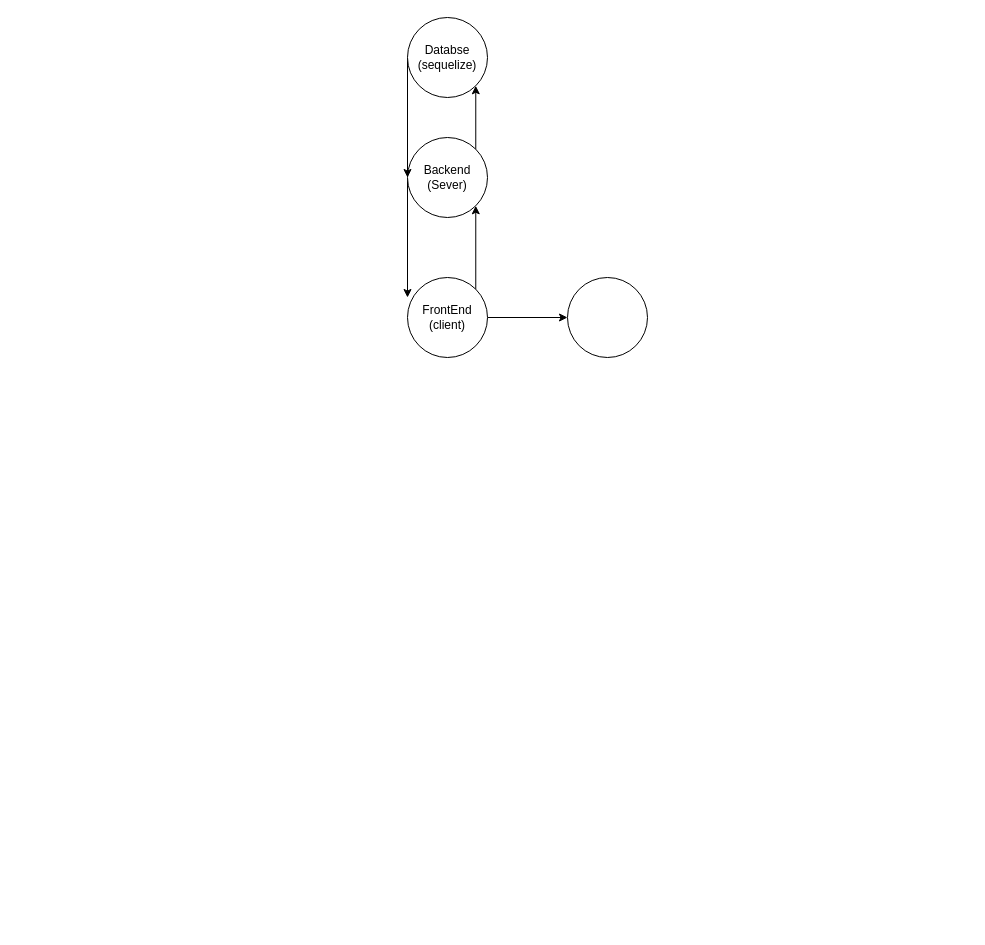
VonIsaac/Upgraded-Ecomerce--App keeps this draw.io diagram as flowchart.drawio. Above is the earlier version. Source tidied: cells renumbered, new cells numbered last; positions are measured from the earlier drawing's top-left corner, leaving out a move shared by most shapes. Both pictures are drawn from the tidied source at 100%, with x=0, y=0 at pixel (407, 17).
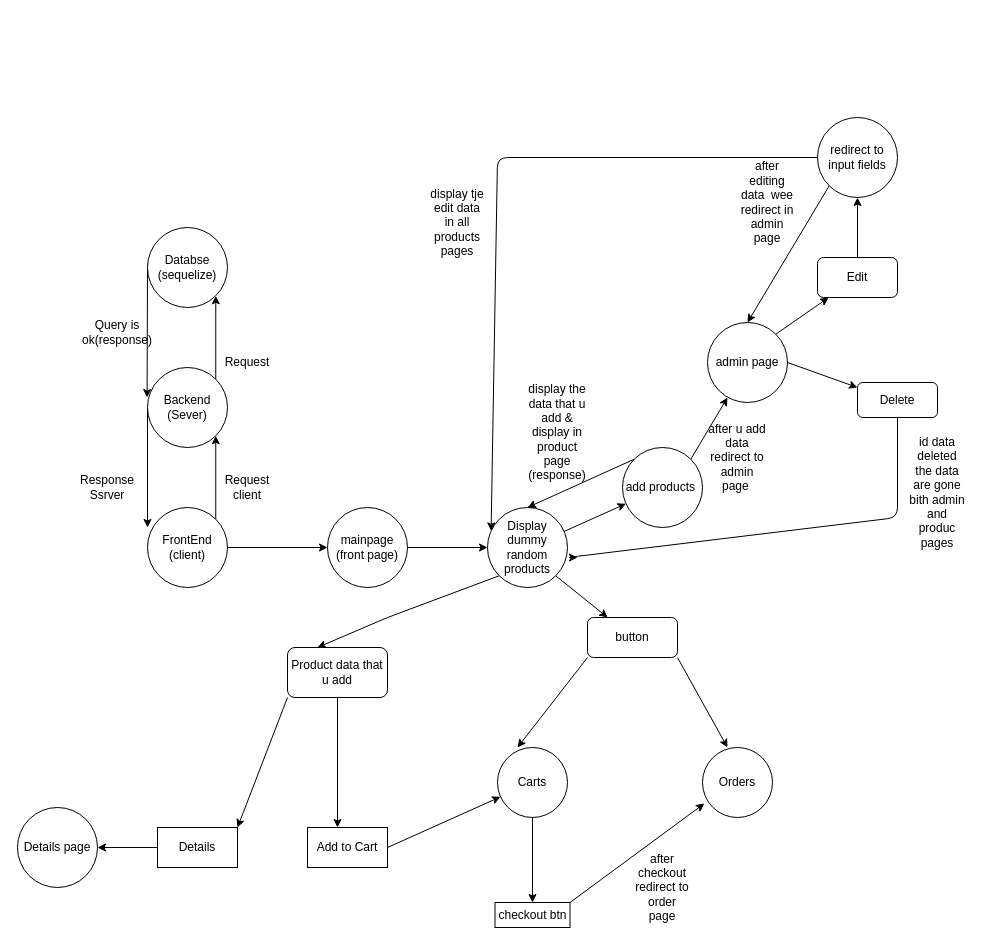
The same page after the edit.

What changed in the source:
```diff
@@
     <mxCell id="4" value="FrontEnd (client)" style="ellipse;whiteSpace=wrap;html=1;" parent="1" vertex="1">
-      <mxGeometry y="260" width="80" height="80" as="geometry" />
+      <mxGeometry x="-260" y="490" width="80" height="80" as="geometry" />
     </mxCell>
@@
     <mxCell id="7" value="Backend&lt;br&gt;(Sever)" style="ellipse;whiteSpace=wrap;html=1;" parent="1" vertex="1">
-      <mxGeometry y="120" width="80" height="80" as="geometry" />
+      <mxGeometry x="-260" y="350" width="80" height="80" as="geometry" />
     </mxCell>
-    <mxCell id="8" style="edgeStyle=none;html=1;exitX=0;exitY=0.5;exitDx=0;exitDy=0;entryX=0;entryY=0.5;entryDx=0;entryDy=0;" parent="1" edge="1" source="9" target="7">
-      <mxGeometry relative="1" as="geometry" />
-    </mxCell>
+    <mxCell id="11" style="edgeStyle=none;html=1;exitX=0;exitY=0.5;exitDx=0;exitDy=0;" parent="1" edge="1" source="9">
+      <mxGeometry relative="1" as="geometry">
+        <mxPoint x="-260.4" y="380" as="targetPoint" />
+      </mxGeometry>
+    </mxCell>
     <mxCell id="9" value="Databse&lt;br&gt;(sequelize)" style="ellipse;whiteSpace=wrap;html=1;" parent="1" vertex="1">
-      <mxGeometry width="80" height="80" as="geometry" />
+      <mxGeometry x="-260" y="210" width="80" height="80" as="geometry" />
     </mxCell>
+    <mxCell id="12" style="edgeStyle=none;html=1;" parent="1" edge="1" source="10" target="16">
+      <mxGeometry relative="1" as="geometry" />
+    </mxCell>
-    <mxCell id="10" style="ellipse;whiteSpace=wrap;html=1;" parent="1" vertex="1">
-      <mxGeometry x="160" y="260" width="80" height="80" as="geometry" />
+    <mxCell id="10" value="mainpage&lt;br&gt;(front page)" style="ellipse;whiteSpace=wrap;html=1;" parent="1" vertex="1">
+      <mxGeometry x="-80" y="490" width="80" height="80" as="geometry" />
     </mxCell>
+    <mxCell id="13" style="edgeStyle=none;html=1;" parent="1" edge="1" source="16" target="19">
+      <mxGeometry relative="1" as="geometry" />
+    </mxCell>
+    <mxCell id="14" style="edgeStyle=none;html=1;exitX=1;exitY=1;exitDx=0;exitDy=0;" parent="1" edge="1" source="16" target="41">
+      <mxGeometry relative="1" as="geometry" />
+    </mxCell>
+    <mxCell id="15" style="edgeStyle=none;html=1;exitX=0;exitY=1;exitDx=0;exitDy=0;" parent="1" edge="1" source="16">
+      <mxGeometry relative="1" as="geometry">
+        <mxPoint x="-90" y="630" as="targetPoint" />
+        <Array as="points">
+          <mxPoint x="-20" y="600" />
+        </Array>
+      </mxGeometry>
+    </mxCell>
+    <mxCell id="16" value="Display dummy random products" style="ellipse;whiteSpace=wrap;html=1;" parent="1" vertex="1">
+      <mxGeometry x="80" y="490" width="80" height="80" as="geometry" />
+    </mxCell>
+    <mxCell id="17" style="edgeStyle=none;html=1;exitX=0;exitY=0;exitDx=0;exitDy=0;entryX=0.5;entryY=0;entryDx=0;entryDy=0;" parent="1" edge="1" source="19" target="16">
+      <mxGeometry relative="1" as="geometry" />
+    </mxCell>
+    <mxCell id="18" style="edgeStyle=none;html=1;exitX=1;exitY=0;exitDx=0;exitDy=0;" parent="1" edge="1" source="19">
+      <mxGeometry relative="1" as="geometry">
+        <mxPoint x="320" y="380" as="targetPoint" />
+      </mxGeometry>
+    </mxCell>
+    <mxCell id="19" value="add products&amp;nbsp;&lt;br&gt;" style="ellipse;whiteSpace=wrap;html=1;" parent="1" vertex="1">
+      <mxGeometry x="215" y="430" width="80" height="80" as="geometry" />
+    </mxCell>
+    <mxCell id="20" value="Request&lt;br&gt;client" style="text;strokeColor=none;align=center;fillColor=none;html=1;verticalAlign=middle;whiteSpace=wrap;rounded=0;" parent="1" vertex="1">
+      <mxGeometry x="-190" y="455" width="60" height="30" as="geometry" />
+    </mxCell>
+    <mxCell id="21" value="Response&lt;br&gt;Ssrver" style="text;strokeColor=none;align=center;fillColor=none;html=1;verticalAlign=middle;whiteSpace=wrap;rounded=0;" parent="1" vertex="1">
+      <mxGeometry x="-330" y="455" width="60" height="30" as="geometry" />
+    </mxCell>
+    <mxCell id="22" value="Request" style="text;strokeColor=none;align=center;fillColor=none;html=1;verticalAlign=middle;whiteSpace=wrap;rounded=0;" parent="1" vertex="1">
+      <mxGeometry x="-190" y="330" width="60" height="30" as="geometry" />
+    </mxCell>
+    <mxCell id="23" value="Query is ok(response)" style="text;strokeColor=none;align=center;fillColor=none;html=1;verticalAlign=middle;whiteSpace=wrap;rounded=0;" parent="1" vertex="1">
+      <mxGeometry x="-320" y="300" width="60" height="30" as="geometry" />
+    </mxCell>
+    <mxCell id="24" value="display the data that u add &amp;amp; display in product page&lt;br&gt;(response)" style="text;strokeColor=none;align=center;fillColor=none;html=1;verticalAlign=middle;whiteSpace=wrap;rounded=0;" parent="1" vertex="1">
+      <mxGeometry x="120" y="400" width="60" height="30" as="geometry" />
+    </mxCell>
+    <mxCell id="25" style="edgeStyle=none;html=1;exitX=1;exitY=0.5;exitDx=0;exitDy=0;" parent="1" edge="1" source="27">
+      <mxGeometry relative="1" as="geometry">
+        <mxPoint x="450" y="370" as="targetPoint" />
+      </mxGeometry>
+    </mxCell>
+    <mxCell id="26" style="edgeStyle=none;html=1;exitX=1;exitY=0;exitDx=0;exitDy=0;" parent="1" edge="1" source="27" target="30">
+      <mxGeometry relative="1" as="geometry" />
+    </mxCell>
+    <mxCell id="27" value="admin page" style="ellipse;whiteSpace=wrap;html=1;" parent="1" vertex="1">
+      <mxGeometry x="300" y="305" width="80" height="80" as="geometry" />
+    </mxCell>
+    <mxCell id="28" value="after u add data redirect to admin page&amp;nbsp;" style="text;strokeColor=none;align=center;fillColor=none;html=1;verticalAlign=middle;whiteSpace=wrap;rounded=0;" parent="1" vertex="1">
+      <mxGeometry x="300" y="425" width="60" height="30" as="geometry" />
+    </mxCell>
+    <mxCell id="29" style="edgeStyle=none;html=1;" parent="1" edge="1" source="30" target="35">
+      <mxGeometry relative="1" as="geometry" />
+    </mxCell>
+    <mxCell id="30" value="Edit" style="rounded=1;whiteSpace=wrap;html=1;" parent="1" vertex="1">
+      <mxGeometry x="410" y="240" width="80" height="40" as="geometry" />
+    </mxCell>
+    <mxCell id="31" style="edgeStyle=none;html=1;exitX=0.5;exitY=1;exitDx=0;exitDy=0;" parent="1" edge="1" source="32">
+      <mxGeometry relative="1" as="geometry">
+        <mxPoint x="170" y="540" as="targetPoint" />
+        <Array as="points">
+          <mxPoint x="490" y="500" />
+          <mxPoint x="160" y="540" />
+        </Array>
+      </mxGeometry>
+    </mxCell>
+    <mxCell id="32" value="Delete" style="rounded=1;whiteSpace=wrap;html=1;" parent="1" vertex="1">
+      <mxGeometry x="450" y="365" width="80" height="35" as="geometry" />
+    </mxCell>
+    <mxCell id="33" style="edgeStyle=none;html=1;exitX=0;exitY=0.5;exitDx=0;exitDy=0;entryX=0.045;entryY=0.292;entryDx=0;entryDy=0;entryPerimeter=0;" parent="1" edge="1" source="35" target="16">
+      <mxGeometry relative="1" as="geometry">
+        <Array as="points">
+          <mxPoint x="90" y="140" />
+        </Array>
+      </mxGeometry>
+    </mxCell>
+    <mxCell id="34" style="edgeStyle=none;html=1;exitX=0;exitY=1;exitDx=0;exitDy=0;entryX=0.5;entryY=0;entryDx=0;entryDy=0;" parent="1" edge="1" source="35" target="27">
+      <mxGeometry relative="1" as="geometry" />
+    </mxCell>
+    <mxCell id="35" value="redirect to input fields" style="ellipse;whiteSpace=wrap;html=1;rounded=1;" parent="1" vertex="1">
+      <mxGeometry x="410" y="100" width="80" height="80" as="geometry" />
+    </mxCell>
+    <mxCell id="36" value="after editing data&amp;nbsp; wee redirect in admin page" style="text;strokeColor=none;align=center;fillColor=none;html=1;verticalAlign=middle;whiteSpace=wrap;rounded=0;" parent="1" vertex="1">
+      <mxGeometry x="330" y="170" width="60" height="30" as="geometry" />
+    </mxCell>
+    <mxCell id="37" value="display tje edit data in all products pages&lt;br&gt;" style="text;strokeColor=none;align=center;fillColor=none;html=1;verticalAlign=middle;whiteSpace=wrap;rounded=0;" parent="1" vertex="1">
+      <mxGeometry x="20" y="190" width="60" height="30" as="geometry" />
+    </mxCell>
+    <mxCell id="38" value="id data deleted the data are gone bith admin and produc pages" style="text;strokeColor=none;align=center;fillColor=none;html=1;verticalAlign=middle;whiteSpace=wrap;rounded=0;" parent="1" vertex="1">
+      <mxGeometry x="500" y="460" width="60" height="30" as="geometry" />
+    </mxCell>
+    <mxCell id="39" style="edgeStyle=none;html=1;exitX=0;exitY=1;exitDx=0;exitDy=0;" parent="1" edge="1" source="41">
+      <mxGeometry relative="1" as="geometry">
+        <mxPoint x="110" y="730" as="targetPoint" />
+      </mxGeometry>
+    </mxCell>
+    <mxCell id="40" style="edgeStyle=none;html=1;exitX=1;exitY=1;exitDx=0;exitDy=0;" parent="1" edge="1" source="41">
+      <mxGeometry relative="1" as="geometry">
+        <mxPoint x="320" y="730" as="targetPoint" />
+      </mxGeometry>
+    </mxCell>
+    <mxCell id="41" value="button" style="rounded=1;whiteSpace=wrap;html=1;" parent="1" vertex="1">
+      <mxGeometry x="180" y="600" width="90" height="40" as="geometry" />
+    </mxCell>
+    <mxCell id="42" value="Orders" style="ellipse;whiteSpace=wrap;html=1;" parent="1" vertex="1">
+      <mxGeometry x="295" y="730" width="70" height="70" as="geometry" />
+    </mxCell>
+    <mxCell id="43" style="edgeStyle=none;html=1;" parent="1" edge="1" source="44" target="54">
+      <mxGeometry relative="1" as="geometry" />
+    </mxCell>
+    <mxCell id="44" value="Carts" style="ellipse;whiteSpace=wrap;html=1;" parent="1" vertex="1">
+      <mxGeometry x="90" y="730" width="70" height="70" as="geometry" />
+    </mxCell>
+    <mxCell id="45" value="Product data that u add" style="rounded=1;whiteSpace=wrap;html=1;" parent="1" vertex="1">
+      <mxGeometry x="-120" y="630" width="100" height="50" as="geometry" />
+    </mxCell>
+    <mxCell id="46" style="edgeStyle=none;html=1;exitX=0;exitY=1;exitDx=0;exitDy=0;entryX=1;entryY=0;entryDx=0;entryDy=0;" parent="1" edge="1" source="45" target="51">
+      <mxGeometry relative="1" as="geometry" />
+    </mxCell>
+    <mxCell id="47" style="edgeStyle=none;html=1;exitX=0.5;exitY=1;exitDx=0;exitDy=0;" parent="1" edge="1" source="45">
+      <mxGeometry relative="1" as="geometry">
+        <mxPoint x="-70" y="810" as="targetPoint" />
+      </mxGeometry>
+    </mxCell>
+    <mxCell id="48" style="edgeStyle=none;html=1;exitX=1;exitY=0.5;exitDx=0;exitDy=0;" parent="1" edge="1" source="49" target="44">
+      <mxGeometry relative="1" as="geometry" />
+    </mxCell>
+    <mxCell id="49" value="Add to Cart" style="rounded=0;whiteSpace=wrap;html=1;" parent="1" vertex="1">
+      <mxGeometry x="-100" y="810" width="80" height="40" as="geometry" />
+    </mxCell>
+    <mxCell id="50" style="edgeStyle=none;html=1;exitX=0;exitY=0.5;exitDx=0;exitDy=0;" parent="1" edge="1" source="51" target="52">
+      <mxGeometry relative="1" as="geometry" />
+    </mxCell>
+    <mxCell id="51" value="Details" style="rounded=0;whiteSpace=wrap;html=1;" parent="1" vertex="1">
+      <mxGeometry x="-250" y="810" width="80" height="40" as="geometry" />
+    </mxCell>
+    <mxCell id="52" value="Details page" style="ellipse;whiteSpace=wrap;html=1;rounded=0;" parent="1" vertex="1">
+      <mxGeometry x="-390" y="790" width="80" height="80" as="geometry" />
+    </mxCell>
+    <mxCell id="53" style="edgeStyle=none;html=1;exitX=1;exitY=0;exitDx=0;exitDy=0;entryX=0.027;entryY=0.8;entryDx=0;entryDy=0;entryPerimeter=0;" parent="1" edge="1" source="54" target="42">
+      <mxGeometry relative="1" as="geometry" />
+    </mxCell>
+    <mxCell id="54" value="checkout btn" style="whiteSpace=wrap;html=1;" parent="1" vertex="1">
+      <mxGeometry x="87.5" y="885" width="75" height="25" as="geometry" />
+    </mxCell>
+    <mxCell id="55" value="after checkout redirect to order page" style="text;strokeColor=none;align=center;fillColor=none;html=1;verticalAlign=middle;whiteSpace=wrap;rounded=0;" parent="1" vertex="1">
+      <mxGeometry x="225" y="855" width="60" height="30" as="geometry" />
+    </mxCell>
```
